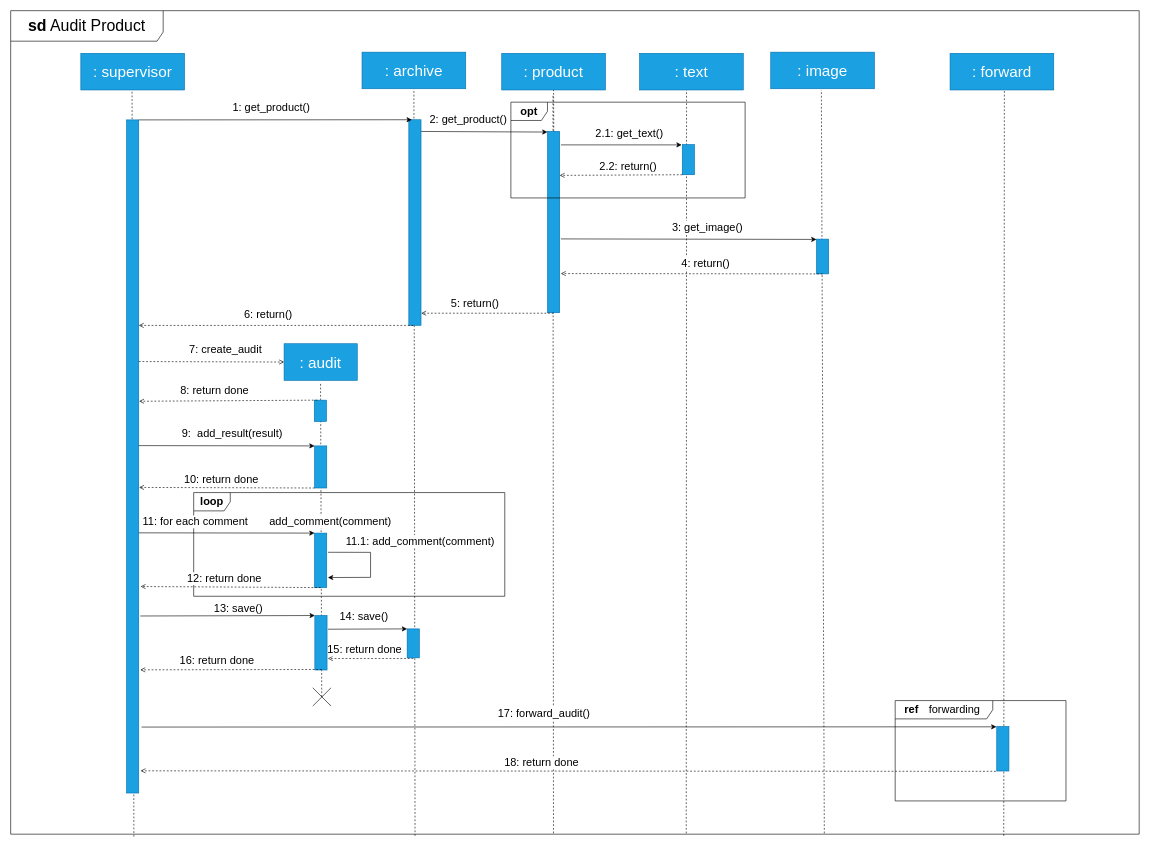
The draw.io diagram Documentation/Interaction Diagram/Audit creation.drawio in Darrenchenn/Model-based-software-design, before the edit. Source tidied: cells renumbered, new cells numbered last; positions are measured from the earlier drawing's top-left corner, leaving out a move shared by most shapes. Both pictures are drawn from the tidied source at 61%, with x=0, y=0 at pixel (-204, 10).
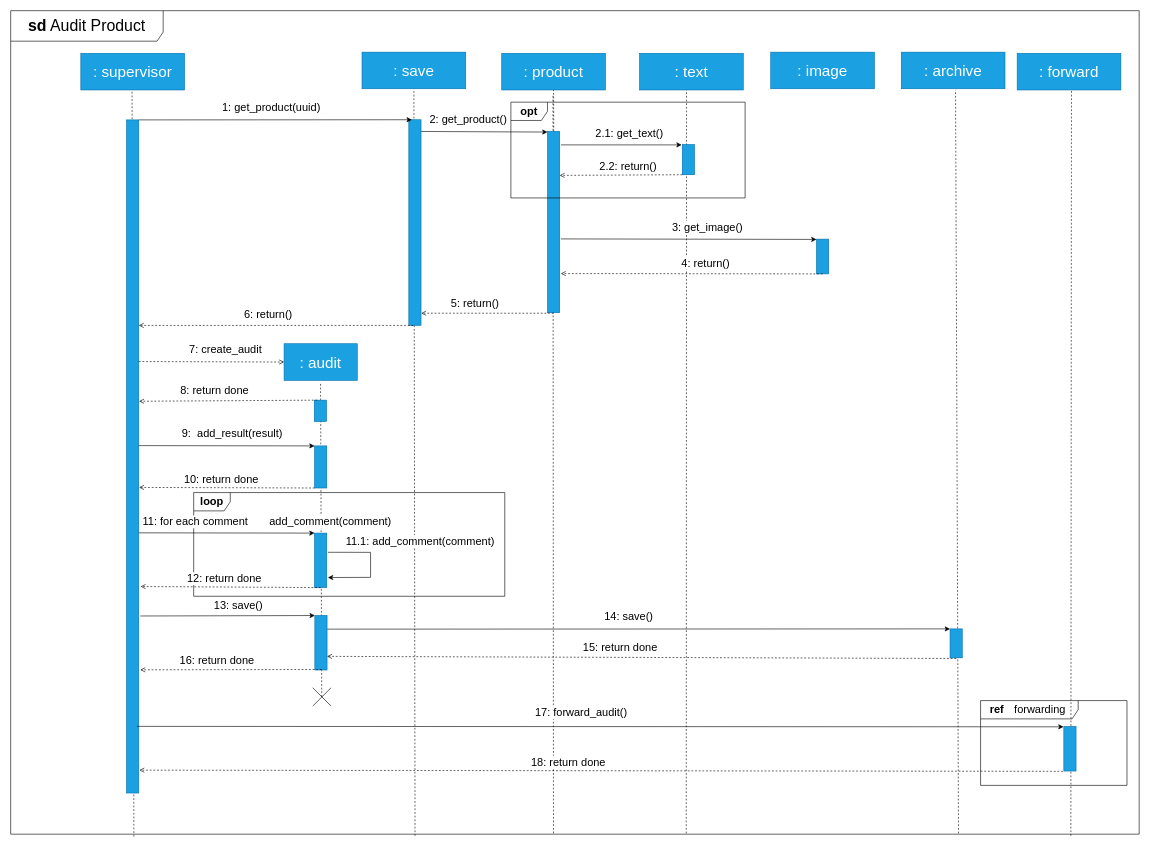
The same page after the edit.

Unchanged cells that the change refers to:
```xml
<mxCell id="9" value="&lt;font style=&quot;font-size: 26px;&quot;&gt;&lt;b style=&quot;&quot;&gt;sd&lt;/b&gt; Audit Product&lt;/font&gt;&lt;span style=&quot;font-size: 18px; text-align: start;&quot;&gt;&lt;/span&gt;" style="shape=umlFrame;whiteSpace=wrap;html=1;width=250;height=50;fontSize=18;" parent="1" vertex="1">
  <mxGeometry x="352" width="1850" height="1350" as="geometry" />
</mxCell>
<mxCell id="14" style="rounded=0;whiteSpace=wrap;html=1;rotation=90;fillColor=#1ba1e2;fontColor=#ffffff;strokeColor=#006EAF;fontSize=18;" parent="1" vertex="1">
  <mxGeometry x="0.2" y="720.8" width="1103.5" height="20" as="geometry" />
</mxCell>
<mxCell id="44" style="endArrow=classic;html=1;rounded=0;entryX=0;entryY=0.75;entryDx=0;entryDy=0;exitX=0;exitY=0;exitDx=0;exitDy=0;fontSize=18;" parent="1" edge="1" source="14" target="43">
  <mxGeometry relative="1" as="geometry" />
</mxCell>
<mxCell id="70" style="endArrow=classic;html=1;rounded=0;entryX=0;entryY=1;entryDx=0;entryDy=0;fontSize=18;exitX=0.737;exitY=-0.123;exitDx=0;exitDy=0;exitPerimeter=0;" parent="1" edge="1" source="14" target="72">
  <mxGeometry relative="1" as="geometry" />
</mxCell>
<mxCell id="72" style="rounded=0;whiteSpace=wrap;html=1;rotation=90;fillColor=#1ba1e2;fontColor=#ffffff;strokeColor=#006EAF;fontSize=18;" parent="1" vertex="1">
  <mxGeometry x="816" y="1026.2" width="89.3" height="20" as="geometry" />
</mxCell>
```

The edit, as a diff of the source:
```diff
@@
-    <mxCell id="5" style="endArrow=none;dashed=1;html=1;rounded=0;entryX=0.5;entryY=1;entryDx=0;entryDy=0;exitX=0.721;exitY=0.999;exitDx=0;exitDy=0;exitPerimeter=0;fontSize=18;" parent="1" edge="1" source="9">
+    <mxCell id="5" style="endArrow=none;dashed=1;html=1;rounded=0;entryX=0.5;entryY=1;entryDx=0;entryDy=0;exitX=0.721;exitY=0.999;exitDx=0;exitDy=0;exitPerimeter=0;fontSize=18;" parent="1" edge="1">
       <mxGeometry relative="1" as="geometry">
-        <mxPoint x="1681" y="130" as="targetPoint" />
+        <mxPoint x="1905.8" y="1348.7" as="sourcePoint" />
+        <mxPoint x="1901" y="130" as="targetPoint" />
       </mxGeometry>
     </mxCell>
@@
-    <mxCell id="30" value=": archive" style="rounded=0;whiteSpace=wrap;html=1;fillColor=#1ba1e2;strokeColor=#006EAF;glass=0;shadow=0;fontColor=#ffffff;fontSize=25;" parent="1" vertex="1">
+    <mxCell id="30" value=": save" style="rounded=0;whiteSpace=wrap;html=1;fillColor=#1ba1e2;strokeColor=#006EAF;glass=0;shadow=0;fontColor=#ffffff;fontSize=25;" parent="1" vertex="1">
       <mxGeometry x="928" y="68" width="170" height="60" as="geometry" />
     </mxCell>
     <mxCell id="31" style="rounded=0;whiteSpace=wrap;html=1;rotation=90;fillColor=#1ba1e2;fontColor=#ffffff;strokeColor=#006EAF;fontSize=18;" parent="1" vertex="1">
-      <mxGeometry x="988.2" y="1027.2" width="47.5" height="20" as="geometry" />
+      <mxGeometry x="1878.2" y="1027.2" width="47.5" height="20" as="geometry" />
     </mxCell>
@@
     <mxCell id="35" value=": forward" style="rounded=0;whiteSpace=wrap;html=1;fillColor=#1ba1e2;strokeColor=#006EAF;glass=0;shadow=0;fontColor=#ffffff;fontSize=25;" parent="1" vertex="1">
-      <mxGeometry x="1892" y="70" width="170" height="60" as="geometry" />
+      <mxGeometry x="2002" y="70" width="170" height="60" as="geometry" />
     </mxCell>
-    <mxCell id="36" style="endArrow=none;dashed=1;html=1;rounded=0;entryX=0.5;entryY=1;entryDx=0;entryDy=0;exitX=0.88;exitY=1.002;exitDx=0;exitDy=0;exitPerimeter=0;fontSize=18;" parent="1" edge="1" source="9">
+    <mxCell id="36" style="endArrow=none;dashed=1;html=1;rounded=0;entryX=0.5;entryY=1;entryDx=0;entryDy=0;exitX=0.88;exitY=1.002;exitDx=0;exitDy=0;exitPerimeter=0;fontSize=18;" parent="1" edge="1">
       <mxGeometry relative="1" as="geometry">
-        <mxPoint x="1981" y="131" as="targetPoint" />
+        <mxPoint x="2090" y="1352.7" as="sourcePoint" />
+        <mxPoint x="2091" y="131" as="targetPoint" />
       </mxGeometry>
     </mxCell>
     <mxCell id="37" style="rounded=0;whiteSpace=wrap;html=1;rotation=90;fillColor=#1ba1e2;fontColor=#ffffff;strokeColor=#006EAF;fontSize=18;" parent="1" vertex="1">
-      <mxGeometry x="1942" y="1200" width="73" height="20" as="geometry" />
+      <mxGeometry x="2052" y="1200" width="73" height="20" as="geometry" />
     </mxCell>
-    <mxCell id="38" style="endArrow=classic;html=1;rounded=0;entryX=0;entryY=1;entryDx=0;entryDy=0;exitX=0.902;exitY=-0.233;exitDx=0;exitDy=0;exitPerimeter=0;fontSize=18;" parent="1" edge="1" source="14">
+    <mxCell id="38" style="endArrow=classic;html=1;rounded=0;entryX=0;entryY=1;entryDx=0;entryDy=0;exitX=0.901;exitY=0.151;exitDx=0;exitDy=0;exitPerimeter=0;fontSize=18;" parent="1" edge="1" source="14">
       <mxGeometry relative="1" as="geometry">
-        <mxPoint x="1968" y="1174" as="targetPoint" />
+        <mxPoint x="2078" y="1174" as="targetPoint" />
       </mxGeometry>
     </mxCell>
@@
-    <mxCell id="40" style="endArrow=open;html=1;rounded=0;dashed=1;endFill=0;entryX=0.967;entryY=-0.15;entryDx=0;entryDy=0;exitX=1;exitY=1;exitDx=0;exitDy=0;entryPerimeter=0;fontSize=18;" parent="1" edge="1" target="14">
+    <mxCell id="40" style="endArrow=open;html=1;rounded=0;dashed=1;endFill=0;entryX=0.966;entryY=-0.049;entryDx=0;entryDy=0;exitX=1;exitY=1;exitDx=0;exitDy=0;entryPerimeter=0;fontSize=18;" parent="1" edge="1" target="14">
       <mxGeometry relative="1" as="geometry">
-        <mxPoint x="1967" y="1247" as="sourcePoint" />
+        <mxPoint x="2077" y="1247" as="sourcePoint" />
       </mxGeometry>
     </mxCell>
@@
     <mxCell id="42" value="&lt;b style=&quot;font-size: 18px;&quot;&gt;ref&lt;/b&gt;&lt;span style=&quot;white-space: pre; font-size: 18px;&quot;&gt;&#9;&lt;/span&gt;forwarding&amp;nbsp;" style="shape=umlFrame;whiteSpace=wrap;html=1;width=160;fillColor=none;gradientColor=#ffa500;strokeColor=#000000;fontSize=18;" parent="1" vertex="1">
-      <mxGeometry x="1802" y="1131" width="280" height="164.5" as="geometry" />
+      <mxGeometry x="1942" y="1131" width="240" height="139" as="geometry" />
     </mxCell>
@@
-    <mxCell id="45" value="1: get_product()" style="edgeLabel;html=1;align=center;verticalAlign=middle;fontSize=18;" parent="44" vertex="1">
+    <mxCell id="45" value="1: get_product(uuid)" style="edgeLabel;html=1;align=center;verticalAlign=middle;fontSize=18;" parent="44" vertex="1">
       <mxGeometry x="0.17" y="3" relative="1" as="geometry">
         <mxPoint x="-45" y="-17" as="offset" />
       </mxGeometry>
     </mxCell>
@@
-    <mxCell id="64" style="endArrow=classic;html=1;rounded=0;entryX=0;entryY=1;entryDx=0;entryDy=0;fontSize=18;" parent="1" edge="1" target="31">
-      <mxGeometry relative="1" as="geometry">
-        <mxPoint x="872" y="1014" as="sourcePoint" />
-      </mxGeometry>
+    <mxCell id="64" style="endArrow=classic;html=1;rounded=0;entryX=0;entryY=1;entryDx=0;entryDy=0;fontSize=18;exitX=0.25;exitY=0;exitDx=0;exitDy=0;" parent="1" edge="1" source="72" target="31">
+      <mxGeometry relative="1" as="geometry" />
     </mxCell>
     <mxCell id="65" value="14: save()" style="edgeLabel;html=1;align=center;verticalAlign=middle;fontSize=18;" parent="64" vertex="1">
       <mxGeometry x="0.17" y="3" relative="1" as="geometry">
-        <mxPoint x="-17" y="-17" as="offset" />
+        <mxPoint x="-103" y="-17" as="offset" />
       </mxGeometry>
     </mxCell>
-    <mxCell id="66" style="endArrow=open;html=1;rounded=0;dashed=1;endFill=0;fontSize=18;" parent="1" edge="1">
+    <mxCell id="66" style="endArrow=open;html=1;rounded=0;dashed=1;endFill=0;fontSize=18;entryX=0.75;entryY=0;entryDx=0;entryDy=0;" parent="1" edge="1" target="72">
       <mxGeometry relative="1" as="geometry">
-        <mxPoint x="1012" y="1062" as="sourcePoint" />
-        <mxPoint x="872" y="1062" as="targetPoint" />
+        <mxPoint x="1902" y="1062" as="sourcePoint" />
       </mxGeometry>
     </mxCell>
     <mxCell id="67" value="15: return done" style="edgeLabel;html=1;align=center;verticalAlign=middle;fontSize=18;" parent="66" vertex="1">
       <mxGeometry x="0.17" y="3" relative="1" as="geometry">
-        <mxPoint x="1" y="-18" as="offset" />
+        <mxPoint x="52" y="-19" as="offset" />
       </mxGeometry>
     </mxCell>
@@
     <mxCell id="71" value="13: save()" style="edgeLabel;html=1;align=center;verticalAlign=middle;fontSize=18;" parent="70" vertex="1">
       <mxGeometry x="0.17" y="3" relative="1" as="geometry">
-        <mxPoint x="-7" y="-9" as="offset" />
+        <mxPoint x="-7" y="-14" as="offset" />
       </mxGeometry>
     </mxCell>
@@
+    <mxCell id="75" value=": archive" style="rounded=0;whiteSpace=wrap;html=1;fillColor=#1ba1e2;strokeColor=#006EAF;glass=0;shadow=0;fontColor=#ffffff;fontSize=25;" parent="1" vertex="1">
+      <mxGeometry x="1812" y="68" width="170" height="60" as="geometry" />
+    </mxCell>
```
